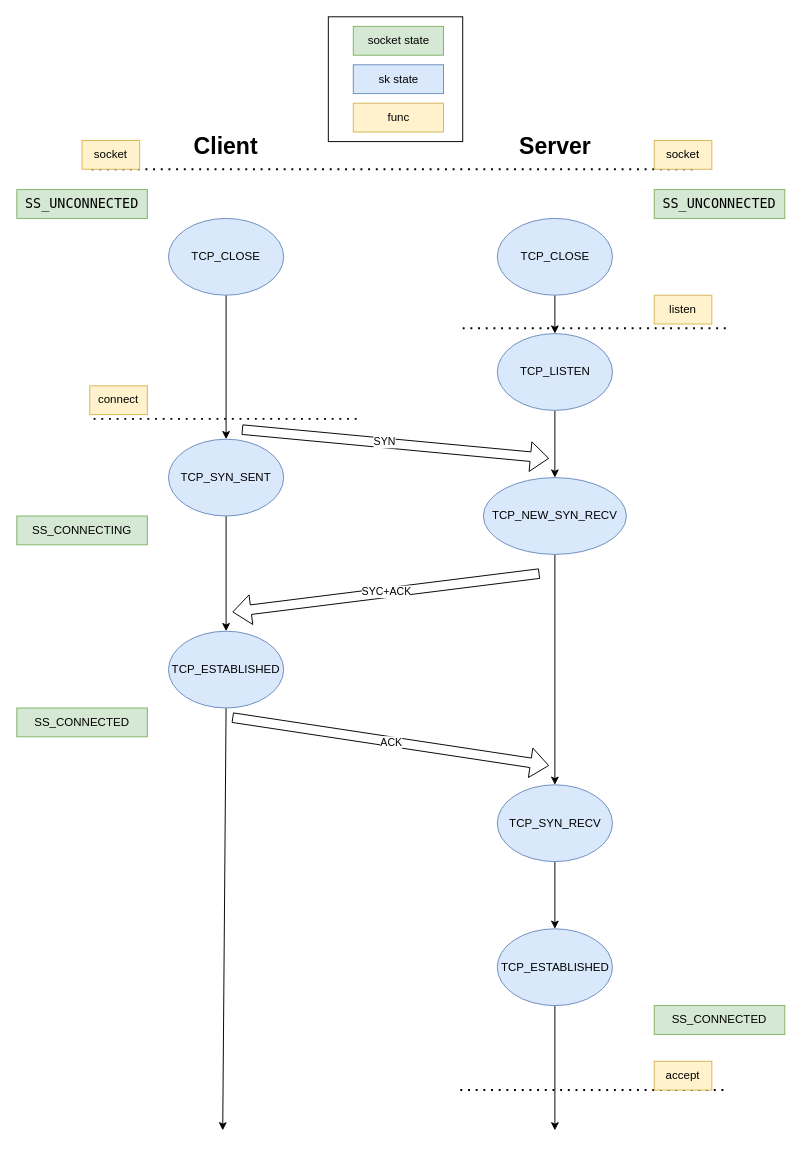
The draw.io diagram page "Three-way Handshake" (3 of 7) of kernel.drawio in adinxu/draw.io, before the edit. Source tidied: cells renumbered, new cells numbered last; positions are measured from the earlier drawing's top-left corner, leaving out a move shared by most shapes. Both pictures are drawn from the tidied source at 96%, with x=0, y=0 at pixel (16, 16).
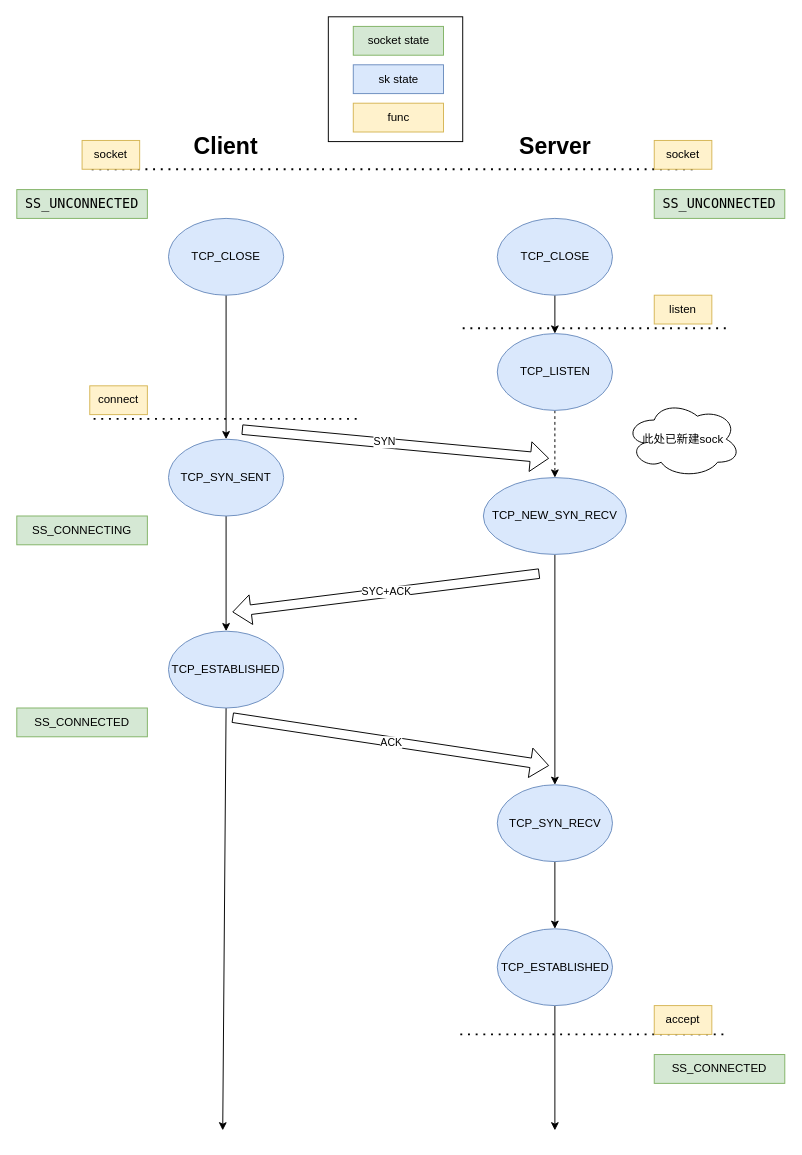
Above is the later version.

Unchanged cells that the change refers to:
```xml
<mxCell id="10" value="&lt;div&gt;TCP_LISTEN&lt;br&gt;&lt;/div&gt;" style="ellipse;whiteSpace=wrap;html=1;fillColor=#dae8fc;strokeColor=#6c8ebf;" parent="1" vertex="1">
  <mxGeometry x="500.5" y="330" width="120" height="80" as="geometry" />
</mxCell>
<mxCell id="14" value="TCP_NEW_SYN_RECV" style="ellipse;whiteSpace=wrap;html=1;fillColor=#dae8fc;strokeColor=#6c8ebf;" parent="1" vertex="1">
  <mxGeometry x="486" y="480" width="149" height="80" as="geometry" />
</mxCell>
```

Change to the diagram source:
```diff
@@
-    <mxCell id="9" style="edgeStyle=orthogonalEdgeStyle;rounded=0;jettySize=auto;html=1;" parent="1" edge="1" source="10" target="14">
+    <mxCell id="9" style="edgeStyle=orthogonalEdgeStyle;rounded=0;jettySize=auto;html=1;dashed=1;" parent="1" edge="1" source="10" target="14">
       <mxGeometry relative="1" as="geometry" />
     </mxCell>
@@
     <mxCell id="32" style="endArrow=none;dashed=1;html=1;dashPattern=1 3;strokeWidth=2;rounded=0;" parent="1" edge="1">
       <mxGeometry relative="1" as="geometry">
-        <mxPoint x="462" y="1118" as="sourcePoint" />
-        <mxPoint x="742" y="1118" as="targetPoint" />
+        <mxPoint x="462" y="1060" as="sourcePoint" />
+        <mxPoint x="742" y="1060" as="targetPoint" />
       </mxGeometry>
     </mxCell>
     <mxCell id="33" value="accept" style="text;html=1;align=center;verticalAlign=middle;whiteSpace=wrap;rounded=0;fillColor=#fff2cc;strokeColor=#d6b656;" parent="1" vertex="1">
-      <mxGeometry x="664" y="1088" width="60" height="30" as="geometry" />
+      <mxGeometry x="664" y="1030" width="60" height="30" as="geometry" />
     </mxCell>
@@
     <mxCell id="42" value="SS_CONNECTED" style="text;html=1;align=center;verticalAlign=middle;whiteSpace=wrap;rounded=0;labelBackgroundColor=none;fillColor=#d5e8d4;strokeColor=#82b366;" parent="1" vertex="1">
-      <mxGeometry x="664" y="1030" width="136" height="30" as="geometry" />
+      <mxGeometry x="664" y="1081" width="136" height="30" as="geometry" />
     </mxCell>
@@
+    <mxCell id="44" value="此处已新建sock" style="ellipse;shape=cloud;whiteSpace=wrap;html=1;" parent="1" vertex="1">
+      <mxGeometry x="634" y="400" width="120" height="80" as="geometry" />
+    </mxCell>
```
